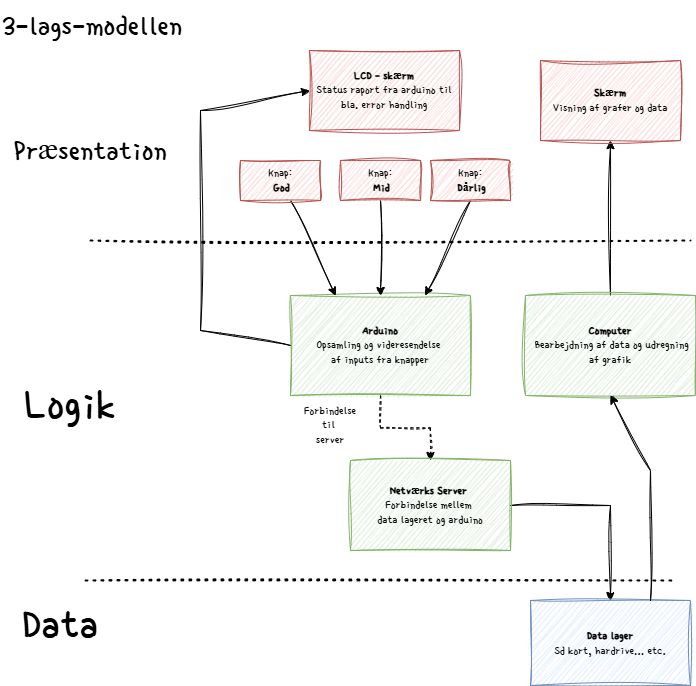
Earlier version of the draw.io export blokdiagram-trelagsmodel.png (JamesPness/Kantinetilfredshed). Source tidied: cells renumbered, new cells last; positions are measured from the earlier drawing's top-left corner, leaving out a move shared by most shapes.
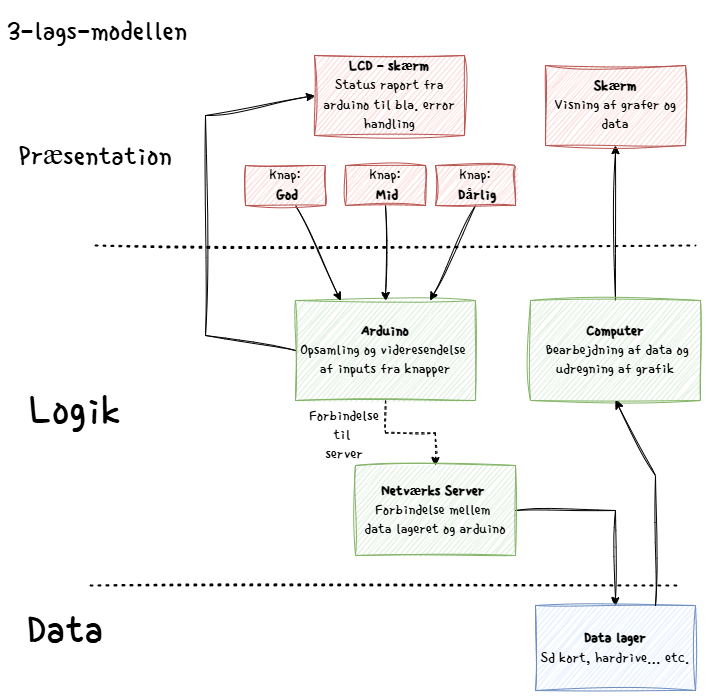
After the change.

What changed in the source:
```diff
@@ -5,7 +5,7 @@
     <mxCell id="2" style="edgeStyle=orthogonalEdgeStyle;rounded=0;jettySize=auto;html=1;dashed=1;sketch=1;curveFitting=1;jiggle=2;fontFamily=Single Day;fontSource=https%3A%2F%2Ffonts.googleapis.com%2Fcss%3Ffamily%3DSingle%2BDay;" parent="1" edge="1" source="3" target="14">
       <mxGeometry relative="1" as="geometry" />
     </mxCell>
-    <mxCell id="3" value="&lt;b&gt;Arduino&lt;/b&gt;&lt;div&gt;Opsamling og videresendelse&amp;nbsp;&lt;/div&gt;&lt;div&gt;af inputs fra knapper&lt;/div&gt;" style="rounded=0;whiteSpace=wrap;html=1;sketch=1;curveFitting=1;jiggle=2;fontFamily=Single Day;fontSource=https%3A%2F%2Ffonts.googleapis.com%2Fcss%3Ffamily%3DSingle%2BDay;fillColor=#d5e8d4;strokeColor=#82b366;" parent="1" vertex="1">
+    <mxCell id="3" value="&lt;b&gt;Arduino&lt;/b&gt;&lt;div&gt;Opsamling og videresendelse&amp;nbsp;&lt;/div&gt;&lt;div&gt;af inputs fra knapper&lt;/div&gt;" style="rounded=0;whiteSpace=wrap;html=1;sketch=1;curveFitting=1;jiggle=2;fontFamily=Single Day;fontSource=https%3A%2F%2Ffonts.googleapis.com%2Fcss%3Ffamily%3DSingle%2BDay;fillColor=#d5e8d4;strokeColor=#82b366;fontSize=16;" parent="1" vertex="1">
       <mxGeometry x="290" y="295" width="180" height="100" as="geometry" />
     </mxCell>
     <mxCell id="4" style="endArrow=classic;html=1;rounded=0;entryX=0.25;entryY=0;entryDx=0;entryDy=0;sketch=1;curveFitting=1;jiggle=2;fontFamily=Single Day;fontSource=https%3A%2F%2Ffonts.googleapis.com%2Fcss%3Ffamily%3DSingle%2BDay;" parent="1" edge="1" target="3">
@@ -23,19 +23,19 @@
         <mxPoint x="470" y="200" as="sourcePoint" />
       </mxGeometry>
     </mxCell>
-    <mxCell id="7" value="Knap:&lt;br&gt;&amp;nbsp;&lt;b&gt;God&lt;/b&gt;" style="rounded=0;whiteSpace=wrap;html=1;align=center;sketch=1;curveFitting=1;jiggle=2;fontFamily=Single Day;fontSource=https%3A%2F%2Ffonts.googleapis.com%2Fcss%3Ffamily%3DSingle%2BDay;fillColor=#f8cecc;strokeColor=#b85450;" parent="1" vertex="1">
+    <mxCell id="7" value="Knap:&lt;br&gt;&amp;nbsp;&lt;b&gt;God&lt;/b&gt;" style="rounded=0;whiteSpace=wrap;html=1;align=center;sketch=1;curveFitting=1;jiggle=2;fontFamily=Single Day;fontSource=https%3A%2F%2Ffonts.googleapis.com%2Fcss%3Ffamily%3DSingle%2BDay;fillColor=#f8cecc;strokeColor=#b85450;fontSize=16;" parent="1" vertex="1">
       <mxGeometry x="240" y="160" width="80" height="40" as="geometry" />
     </mxCell>
-    <mxCell id="8" value="Knap:&lt;br&gt;&lt;b&gt;&amp;nbsp;Dårlig&lt;/b&gt;" style="rounded=0;whiteSpace=wrap;html=1;align=center;sketch=1;curveFitting=1;jiggle=2;fontFamily=Single Day;fontSource=https%3A%2F%2Ffonts.googleapis.com%2Fcss%3Ffamily%3DSingle%2BDay;fillColor=#f8cecc;strokeColor=#b85450;" parent="1" vertex="1">
+    <mxCell id="8" value="Knap:&lt;br&gt;&lt;b&gt;&amp;nbsp;Dårlig&lt;/b&gt;" style="rounded=0;whiteSpace=wrap;html=1;align=center;sketch=1;curveFitting=1;jiggle=2;fontFamily=Single Day;fontSource=https%3A%2F%2Ffonts.googleapis.com%2Fcss%3Ffamily%3DSingle%2BDay;fillColor=#f8cecc;strokeColor=#b85450;fontSize=16;" parent="1" vertex="1">
       <mxGeometry x="430" y="160" width="80" height="40" as="geometry" />
     </mxCell>
-    <mxCell id="9" value="Knap:&lt;br&gt;&amp;nbsp;&lt;b&gt;Mid&lt;/b&gt;" style="rounded=0;whiteSpace=wrap;html=1;align=center;sketch=1;curveFitting=1;jiggle=2;fontFamily=Single Day;fontSource=https%3A%2F%2Ffonts.googleapis.com%2Fcss%3Ffamily%3DSingle%2BDay;fillColor=#f8cecc;strokeColor=#b85450;" parent="1" vertex="1">
+    <mxCell id="9" value="Knap:&lt;br&gt;&amp;nbsp;&lt;b&gt;Mid&lt;/b&gt;" style="rounded=0;whiteSpace=wrap;html=1;align=center;sketch=1;curveFitting=1;jiggle=2;fontFamily=Single Day;fontSource=https%3A%2F%2Ffonts.googleapis.com%2Fcss%3Ffamily%3DSingle%2BDay;fillColor=#f8cecc;strokeColor=#b85450;fontSize=16;" parent="1" vertex="1">
       <mxGeometry x="340" y="160" width="80" height="40" as="geometry" />
     </mxCell>
-    <mxCell id="10" value="Forbindelse til&amp;nbsp;&lt;div&gt;server&lt;/div&gt;" style="text;html=1;align=center;verticalAlign=middle;whiteSpace=wrap;rounded=0;sketch=1;curveFitting=1;jiggle=2;fontFamily=Single Day;fontSource=https%3A%2F%2Ffonts.googleapis.com%2Fcss%3Ffamily%3DSingle%2BDay;" parent="1" vertex="1">
-      <mxGeometry x="300" y="410" width="60" height="30" as="geometry" />
+    <mxCell id="10" value="Forbindelse til&amp;nbsp;&lt;div&gt;server&lt;/div&gt;" style="text;html=1;align=center;verticalAlign=middle;whiteSpace=wrap;rounded=0;sketch=1;curveFitting=1;jiggle=2;fontFamily=Single Day;fontSource=https%3A%2F%2Ffonts.googleapis.com%2Fcss%3Ffamily%3DSingle%2BDay;fontSize=16;" parent="1" vertex="1">
+      <mxGeometry x="309" y="415" width="60" height="30" as="geometry" />
     </mxCell>
-    <mxCell id="11" value="&lt;b&gt;LCD - skærm&lt;/b&gt;&lt;div&gt;Status raport fra arduino til bla. error handling&lt;/div&gt;" style="rounded=0;whiteSpace=wrap;html=1;sketch=1;curveFitting=1;jiggle=2;fontFamily=Single Day;fontSource=https%3A%2F%2Ffonts.googleapis.com%2Fcss%3Ffamily%3DSingle%2BDay;fillColor=#f8cecc;strokeColor=#b85450;" parent="1" vertex="1">
+    <mxCell id="11" value="&lt;b&gt;LCD - skærm&lt;/b&gt;&lt;div&gt;Status raport fra arduino til bla. error handling&lt;/div&gt;" style="rounded=0;whiteSpace=wrap;html=1;sketch=1;curveFitting=1;jiggle=2;fontFamily=Single Day;fontSource=https%3A%2F%2Ffonts.googleapis.com%2Fcss%3Ffamily%3DSingle%2BDay;fillColor=#f8cecc;strokeColor=#b85450;fontSize=16;" parent="1" vertex="1">
       <mxGeometry x="309" y="50" width="150" height="80" as="geometry" />
     </mxCell>
     <mxCell id="12" style="endArrow=classic;html=1;rounded=0;entryX=0;entryY=0.5;entryDx=0;entryDy=0;exitX=0;exitY=0.5;exitDx=0;exitDy=0;sketch=1;curveFitting=1;jiggle=2;fontFamily=Single Day;fontSource=https%3A%2F%2Ffonts.googleapis.com%2Fcss%3Ffamily%3DSingle%2BDay;" parent="1" edge="1" source="3" target="11">
@@ -49,7 +49,7 @@
     <mxCell id="13" style="edgeStyle=orthogonalEdgeStyle;rounded=0;jettySize=auto;html=1;sketch=1;curveFitting=1;jiggle=2;fontFamily=Single Day;fontSource=https%3A%2F%2Ffonts.googleapis.com%2Fcss%3Ffamily%3DSingle%2BDay;" parent="1" edge="1" source="14" target="20">
       <mxGeometry relative="1" as="geometry" />
     </mxCell>
-    <mxCell id="14" value="&lt;b&gt;Netværks Server&amp;nbsp;&lt;/b&gt;&lt;div&gt;Forbindelse mellem&amp;nbsp;&lt;br&gt;&lt;div&gt;data lageret og arduino&lt;/div&gt;&lt;/div&gt;" style="rounded=0;whiteSpace=wrap;html=1;sketch=1;curveFitting=1;jiggle=2;fontFamily=Single Day;fontSource=https%3A%2F%2Ffonts.googleapis.com%2Fcss%3Ffamily%3DSingle%2BDay;fillColor=#d5e8d4;strokeColor=#82b366;" parent="1" vertex="1">
+    <mxCell id="14" value="&lt;b&gt;Netværks Server&amp;nbsp;&lt;/b&gt;&lt;div&gt;Forbindelse mellem&amp;nbsp;&lt;br&gt;&lt;div&gt;data lageret og arduino&lt;/div&gt;&lt;/div&gt;" style="rounded=0;whiteSpace=wrap;html=1;sketch=1;curveFitting=1;jiggle=2;fontFamily=Single Day;fontSource=https%3A%2F%2Ffonts.googleapis.com%2Fcss%3Ffamily%3DSingle%2BDay;fillColor=#d5e8d4;strokeColor=#82b366;fontSize=16;" parent="1" vertex="1">
       <mxGeometry x="350" y="460" width="160" height="90" as="geometry" />
     </mxCell>
     <mxCell id="15" style="endArrow=none;dashed=1;html=1;dashPattern=1 3;strokeWidth=2;rounded=0;sketch=1;curveFitting=1;jiggle=2;fontFamily=Single Day;fontSource=https%3A%2F%2Ffonts.googleapis.com%2Fcss%3Ffamily%3DSingle%2BDay;" parent="1" edge="1">
@@ -73,13 +73,13 @@
     <mxCell id="19" value="&lt;font style=&quot;font-size: 45px;&quot;&gt;Data&lt;/font&gt;" style="text;html=1;align=center;verticalAlign=middle;whiteSpace=wrap;rounded=0;sketch=1;curveFitting=1;jiggle=2;fontFamily=Single Day;fontSource=https%3A%2F%2Ffonts.googleapis.com%2Fcss%3Ffamily%3DSingle%2BDay;" parent="1" vertex="1">
       <mxGeometry x="30" y="610" width="60" height="30" as="geometry" />
     </mxCell>
-    <mxCell id="20" value="&lt;b&gt;Data lager&lt;/b&gt;&lt;div&gt;Sd kort, hardrive... etc.&lt;/div&gt;" style="whiteSpace=wrap;html=1;rounded=0;sketch=1;curveFitting=1;jiggle=2;fontFamily=Single Day;fontSource=https%3A%2F%2Ffonts.googleapis.com%2Fcss%3Ffamily%3DSingle%2BDay;fillColor=#dae8fc;strokeColor=#6c8ebf;" parent="1" vertex="1">
+    <mxCell id="20" value="&lt;b&gt;Data lager&lt;/b&gt;&lt;div&gt;Sd kort, hardrive... etc.&lt;/div&gt;" style="whiteSpace=wrap;html=1;rounded=0;sketch=1;curveFitting=1;jiggle=2;fontFamily=Single Day;fontSource=https%3A%2F%2Ffonts.googleapis.com%2Fcss%3Ffamily%3DSingle%2BDay;fillColor=#dae8fc;strokeColor=#6c8ebf;fontSize=16;" parent="1" vertex="1">
       <mxGeometry x="530" y="600" width="160" height="85" as="geometry" />
     </mxCell>
     <mxCell id="21" style="edgeStyle=orthogonalEdgeStyle;rounded=0;jettySize=auto;html=1;sketch=1;curveFitting=1;jiggle=2;fontFamily=Single Day;fontSource=https%3A%2F%2Ffonts.googleapis.com%2Fcss%3Ffamily%3DSingle%2BDay;" parent="1" edge="1" source="22" target="24">
       <mxGeometry relative="1" as="geometry" />
     </mxCell>
-    <mxCell id="22" value="&lt;b&gt;Computer&lt;/b&gt;&lt;div&gt;&amp;nbsp;Bearbejdning af data og udregning af grafik&lt;/div&gt;" style="rounded=0;whiteSpace=wrap;html=1;sketch=1;curveFitting=1;jiggle=2;fontFamily=Single Day;fontSource=https%3A%2F%2Ffonts.googleapis.com%2Fcss%3Ffamily%3DSingle%2BDay;fillColor=#d5e8d4;strokeColor=#82b366;" parent="1" vertex="1">
+    <mxCell id="22" value="&lt;b&gt;Computer&lt;/b&gt;&lt;div&gt;&amp;nbsp;Bearbejdning af data og udregning af grafik&lt;/div&gt;" style="rounded=0;whiteSpace=wrap;html=1;sketch=1;curveFitting=1;jiggle=2;fontFamily=Single Day;fontSource=https%3A%2F%2Ffonts.googleapis.com%2Fcss%3Ffamily%3DSingle%2BDay;fillColor=#d5e8d4;strokeColor=#82b366;fontSize=16;" parent="1" vertex="1">
       <mxGeometry x="525" y="295" width="170" height="100" as="geometry" />
     </mxCell>
     <mxCell id="23" style="endArrow=classic;html=1;rounded=0;entryX=0.5;entryY=1;entryDx=0;entryDy=0;exitX=0.75;exitY=0;exitDx=0;exitDy=0;sketch=1;curveFitting=1;jiggle=2;fontFamily=Single Day;fontSource=https%3A%2F%2Ffonts.googleapis.com%2Fcss%3Ffamily%3DSingle%2BDay;" parent="1" edge="1" source="20" target="22">
@@ -89,7 +89,7 @@
         </Array>
       </mxGeometry>
     </mxCell>
-    <mxCell id="24" value="&lt;b&gt;Skærm&lt;/b&gt;&lt;div&gt;Visning af grafer og data&lt;/div&gt;" style="rounded=0;whiteSpace=wrap;html=1;sketch=1;curveFitting=1;jiggle=2;fontFamily=Single Day;fontSource=https%3A%2F%2Ffonts.googleapis.com%2Fcss%3Ffamily%3DSingle%2BDay;fillColor=#f8cecc;strokeColor=#b85450;" parent="1" vertex="1">
+    <mxCell id="24" value="&lt;b&gt;Skærm&lt;/b&gt;&lt;div&gt;Visning af grafer og data&lt;/div&gt;" style="rounded=0;whiteSpace=wrap;html=1;sketch=1;curveFitting=1;jiggle=2;fontFamily=Single Day;fontSource=https%3A%2F%2Ffonts.googleapis.com%2Fcss%3Ffamily%3DSingle%2BDay;fillColor=#f8cecc;strokeColor=#b85450;fontSize=16;" parent="1" vertex="1">
       <mxGeometry x="540" y="60" width="140" height="80" as="geometry" />
     </mxCell>
     <mxCell id="25" value="3-lags-modellen" style="text;html=1;align=left;verticalAlign=middle;strokeColor=none;fillColor=none;rounded=1;sketch=1;curveFitting=1;jiggle=2;fontSize=30;fontFamily=Single Day;fontSource=https%3A%2F%2Ffonts.googleapis.com%2Fcss%3Ffamily%3DSingle%2BDay;" parent="1" vertex="1">
```
